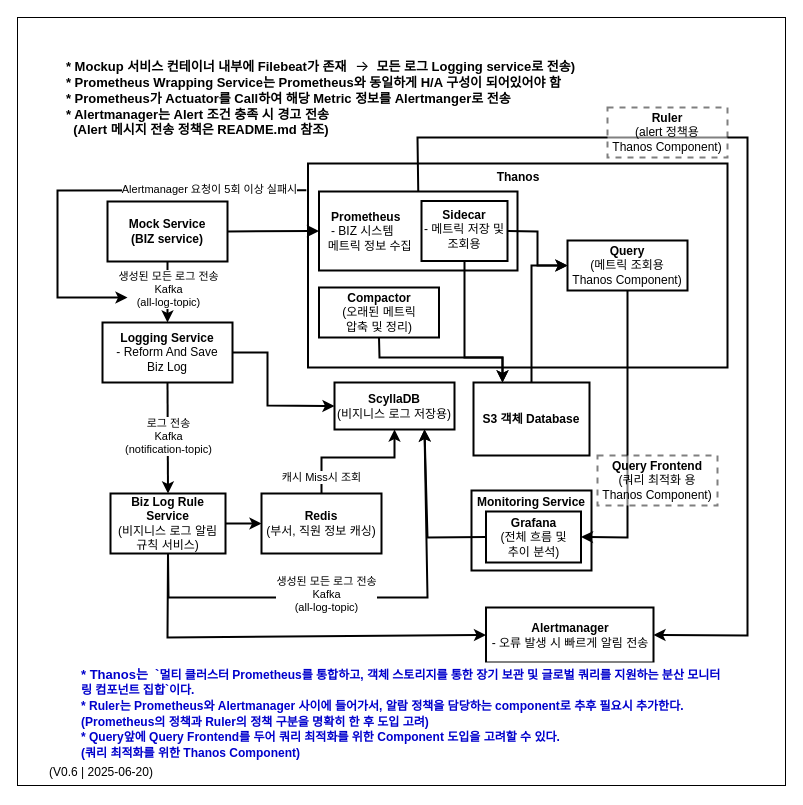
rihee1214/logstream-alert-system keeps this draw.io diagram as docs/architecture/MsaLogHandleProjects.drawio. Above is the earlier version. Source tidied: cells renumbered, new cells numbered last; positions are measured from the earlier drawing's top-left corner, leaving out a move shared by most shapes. Both pictures are drawn from the tidied source at 100%, with x=0, y=0 at pixel (17, 17).
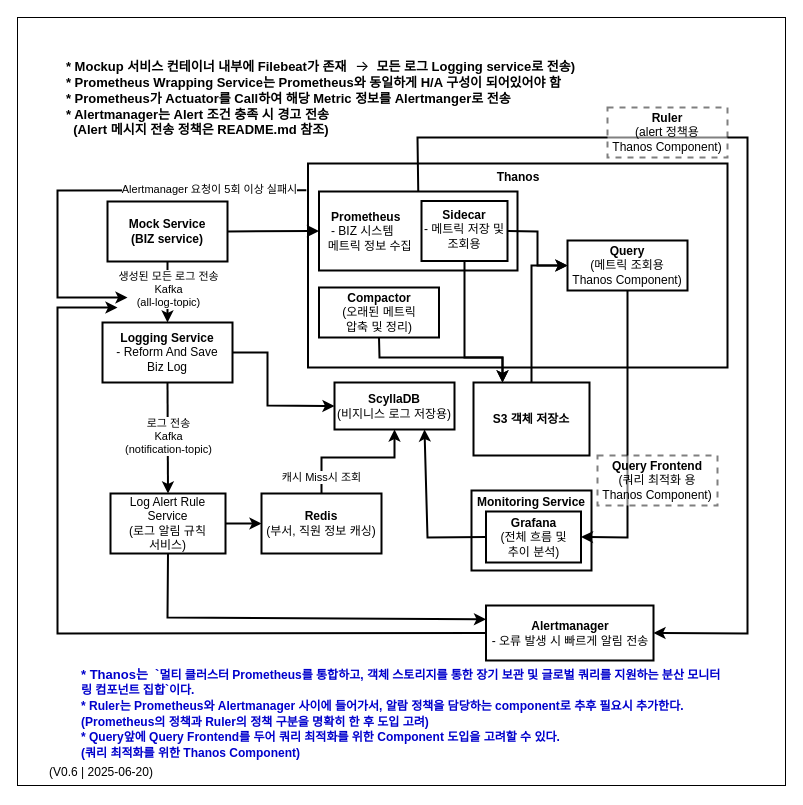
The same page after the edit.

Commit message (it also covers changes not shown here):
Refine ScyllaDB adoption rationale and restructure architecture documentation

Unchanged cells that the change refers to:
```xml
<mxCell id="10" value="&lt;font style=&quot;color: light-dark(rgb(0, 0, 0), rgb(0, 0, 0));&quot;&gt;&lt;font&gt;&lt;b style=&quot;&quot;&gt;ScyllaDB&lt;/b&gt;&lt;/font&gt;&lt;br&gt;&lt;/font&gt;&lt;div&gt;&lt;font style=&quot;color: light-dark(rgb(0, 0, 0), rgb(0, 0, 0));&quot;&gt;(비지니스 로그 저장용)&lt;/font&gt;&lt;/div&gt;" style="rounded=0;whiteSpace=wrap;html=1;fillColor=light-dark(#FFFFFF,#E8F0FE);strokeColor=light-dark(#000000,#333333);strokeWidth=2;" parent="1" vertex="1">
  <mxGeometry x="317" y="365" width="120" height="47" as="geometry" />
</mxCell>
<mxCell id="22" value="&lt;font style=&quot;color: light-dark(rgb(0, 0, 0), rgb(0, 0, 0));&quot;&gt;&lt;b&gt;&amp;nbsp; &amp;nbsp;Prometheus&lt;/b&gt;&lt;br&gt;&amp;nbsp; &amp;nbsp;- BIZ 시스템 &lt;br&gt;&lt;div style=&quot;&quot;&gt;&lt;span style=&quot;color: light-dark(rgb(0, 0, 0), rgb(0, 0, 0)); background-color: transparent;&quot;&gt;&amp;nbsp; 메트릭 정보 수집&lt;/span&gt;&lt;/div&gt;&lt;/font&gt;" style="rounded=0;whiteSpace=wrap;html=1;fillColor=light-dark(#FFFFFF,#E8F0FE);strokeColor=light-dark(#000000,#333333);strokeWidth=2;align=left;" parent="1" vertex="1">
  <mxGeometry x="301.5" y="174" width="198.5" height="79" as="geometry" />
</mxCell>
```

Diff of the diagram source:
```diff
@@
-    <mxCell id="14" value="&lt;font style=&quot;color: light-dark(rgb(0, 0, 0), rgb(0, 0, 0));&quot;&gt;&lt;b style=&quot;&quot;&gt;Biz Log Rule Service&lt;/b&gt;&lt;/font&gt;&lt;div&gt;&lt;font style=&quot;color: light-dark(rgb(0, 0, 0), rgb(0, 0, 0));&quot;&gt;(비지니스 로그 알림 규칙 서비스)&lt;/font&gt;&lt;/div&gt;" style="rounded=0;whiteSpace=wrap;html=1;fillColor=light-dark(#FFFFFF,#E8F0FE);strokeColor=light-dark(#000000,#333333);strokeWidth=2;" parent="1" vertex="1">
+    <mxCell id="14" value="&lt;font style=&quot;color: light-dark(rgb(0, 0, 0), rgb(0, 0, 0));&quot;&gt;Log Alert Rule Service&lt;/font&gt;&lt;br&gt;&lt;div&gt;&lt;font style=&quot;color: light-dark(rgb(0, 0, 0), rgb(0, 0, 0));&quot;&gt;(로그 알림 규칙 &lt;br&gt;서비스)&lt;/font&gt;&lt;/div&gt;" style="rounded=0;whiteSpace=wrap;html=1;fillColor=light-dark(#FFFFFF,#E8F0FE);strokeColor=light-dark(#000000,#333333);strokeWidth=2;" parent="1" vertex="1">
       <mxGeometry x="93" y="476" width="115" height="60" as="geometry" />
     </mxCell>
@@
     <mxCell id="20" value="&lt;font style=&quot;color: light-dark(rgb(0, 0, 0), rgb(0, 0, 0));&quot;&gt;&lt;b&gt;Alertmanager&lt;/b&gt;&lt;br&gt;- 오류 발생 시 빠르게 알림 전송&lt;/font&gt;" style="rounded=0;whiteSpace=wrap;html=1;fillColor=light-dark(#FFFFFF,#E8F0FE);strokeColor=light-dark(#000000,#333333);strokeWidth=2;" parent="1" vertex="1">
-      <mxGeometry x="468.5" y="590" width="167.5" height="55" as="geometry" />
+      <mxGeometry x="468.5" y="588" width="167.5" height="55" as="geometry" />
     </mxCell>
@@
     <mxCell id="24" style="endArrow=classic;html=1;rounded=0;entryX=1;entryY=0.5;entryDx=0;entryDy=0;strokeWidth=2;strokeColor=light-dark(#000000,#333333);exitX=0.5;exitY=0;exitDx=0;exitDy=0;" parent="1" edge="1" source="22" target="20">
       <mxGeometry relative="1" as="geometry">
         <Array as="points">
           <mxPoint x="400" y="120" />
           <mxPoint x="730" y="120" />
-          <mxPoint x="730" y="618" />
+          <mxPoint x="730" y="616" />
         </Array>
       </mxGeometry>
     </mxCell>
@@
-    <mxCell id="27" style="endArrow=classic;html=1;rounded=0;entryX=0;entryY=0.5;entryDx=0;entryDy=0;strokeWidth=2;strokeColor=light-dark(#000000,#333333);exitX=0.5;exitY=1;exitDx=0;exitDy=0;" parent="1" edge="1" source="14" target="20">
+    <mxCell id="27" style="endArrow=classic;html=1;rounded=0;entryX=0;entryY=0.25;entryDx=0;entryDy=0;strokeWidth=2;strokeColor=light-dark(#000000,#333333);exitX=0.5;exitY=1;exitDx=0;exitDy=0;" parent="1" edge="1" source="14" target="20">
       <mxGeometry relative="1" as="geometry">
         <Array as="points">
-          <mxPoint x="150" y="620" />
+          <mxPoint x="150" y="600" />
         </Array>
       </mxGeometry>
     </mxCell>
-    <mxCell id="28" style="endArrow=classic;html=1;rounded=0;entryX=0.75;entryY=1;entryDx=0;entryDy=0;strokeColor=light-dark(#000000,#333333);strokeWidth=2;exitX=0.5;exitY=1;exitDx=0;exitDy=0;" parent="1" edge="1" source="14" target="10">
-      <mxGeometry relative="1" as="geometry">
-        <Array as="points">
-          <mxPoint x="151" y="580" />
-          <mxPoint x="410" y="580" />
-        </Array>
-      </mxGeometry>
-    </mxCell>
-    <mxCell id="29" value="&lt;font style=&quot;&quot;&gt;생성된 모든 로그 전송&lt;br&gt;Kafka &lt;br&gt;(all-log-topic)&lt;/font&gt;" style="edgeLabel;html=1;align=center;verticalAlign=middle;labelBackgroundColor=light-dark(#FFFFFF,#FFFFFF);fontColor=light-dark(#000000,#000000);" parent="28" vertex="1">
-      <mxGeometry relative="1" as="geometry">
-        <mxPoint x="-34" y="-4" as="offset" />
-      </mxGeometry>
-    </mxCell>
@@
-    <mxCell id="32" value="&lt;font style=&quot;color: light-dark(rgb(0, 0, 0), rgb(0, 0, 0));&quot;&gt;&lt;b style=&quot;&quot;&gt;S3 객체 Database&lt;/b&gt;&lt;/font&gt;" style="rounded=0;whiteSpace=wrap;html=1;fillColor=light-dark(#FFFFFF,#E8F0FE);strokeColor=light-dark(#000000,#333333);strokeWidth=2;align=center;" parent="1" vertex="1">
+    <mxCell id="32" value="&lt;font style=&quot;color: light-dark(rgb(0, 0, 0), rgb(0, 0, 0));&quot;&gt;&lt;b style=&quot;&quot;&gt;S3 객체 저장소&lt;/b&gt;&lt;/font&gt;" style="rounded=0;whiteSpace=wrap;html=1;fillColor=light-dark(#FFFFFF,#E8F0FE);strokeColor=light-dark(#000000,#333333);strokeWidth=2;align=center;" parent="1" vertex="1">
       <mxGeometry x="456" y="365" width="116" height="73" as="geometry" />
     </mxCell>
@@
+    <mxCell id="43" style="endArrow=classic;html=1;rounded=0;strokeWidth=2;strokeColor=light-dark(#000000,#333333);exitX=0;exitY=0.5;exitDx=0;exitDy=0;" parent="1" edge="1" source="20">
+      <mxGeometry relative="1" as="geometry">
+        <mxPoint x="100" y="290" as="targetPoint" />
+        <Array as="points">
+          <mxPoint x="40" y="616" />
+          <mxPoint x="40" y="290" />
+        </Array>
+      </mxGeometry>
+    </mxCell>
```
